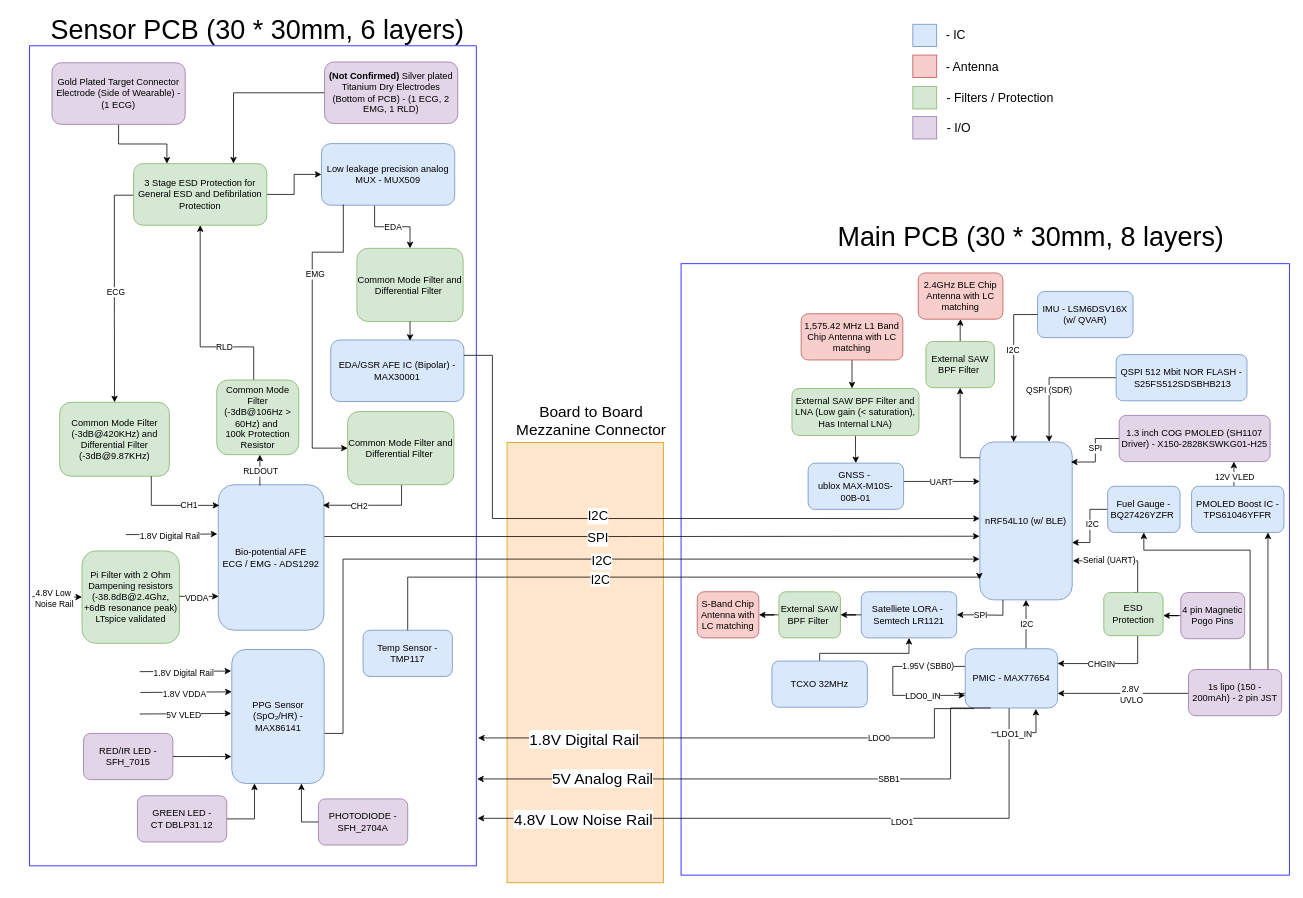
Before: Design Docs/Wearable BioNode.drawio in gugan73715/Wearable-BioNode, a draw.io diagram. Source tidied: cells renumbered, new cells numbered last; positions are measured from the earlier drawing's top-left corner, leaving out a move shared by most shapes. Both pictures are drawn from the tidied source at 77%, with x=0, y=0 at pixel (13, 18).
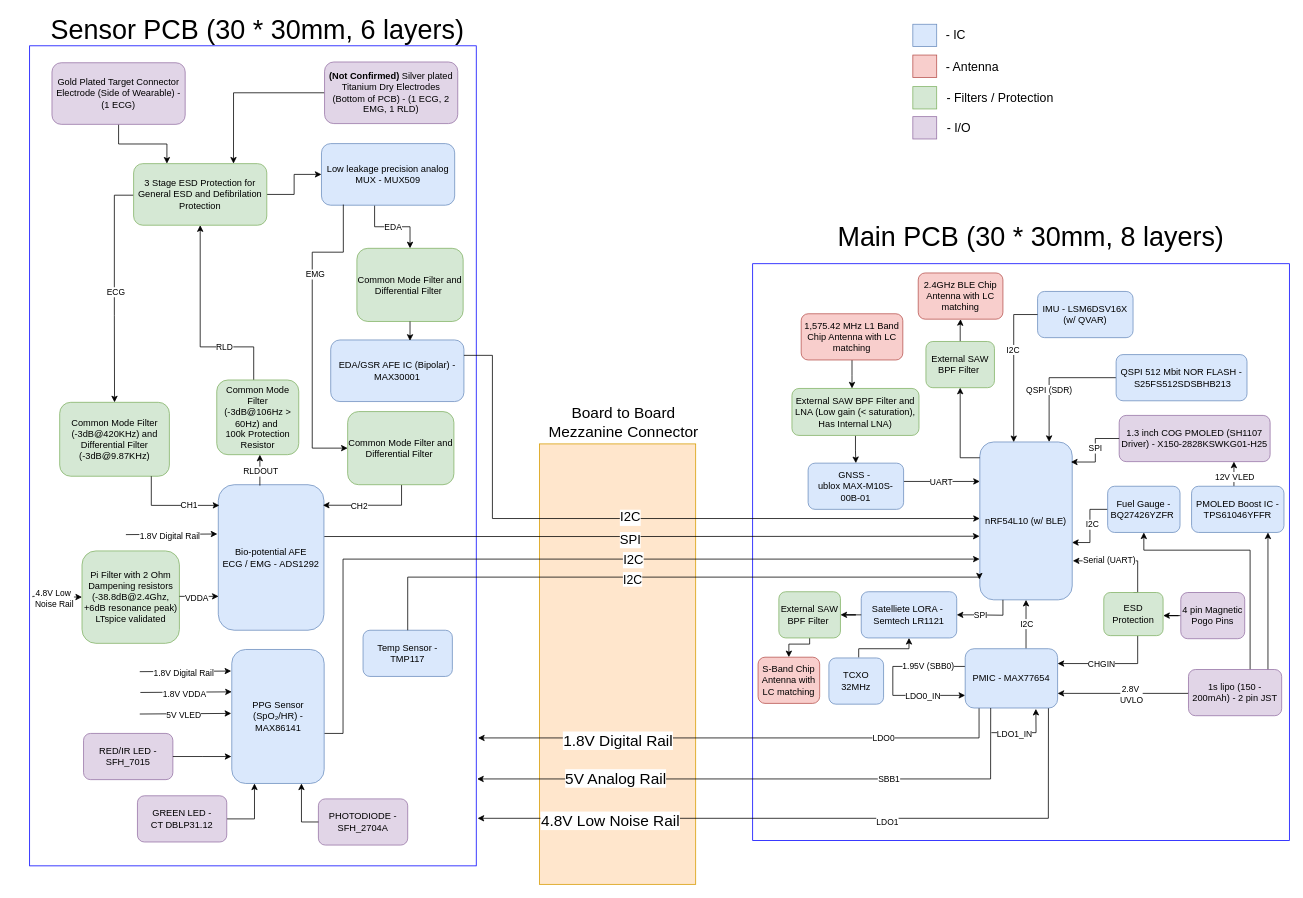
The same page after the edit.

Commit message:
updated Block Diagram

The change refers to these unchanged cells:
```xml
<mxCell id="4" style="rounded=0;whiteSpace=wrap;html=1;fillColor=none;strokeColor=light-dark(#0000FF,#FFCC99);" parent="1" vertex="1">
  <mxGeometry x="21" y="36" width="580" height="1065" as="geometry" />
</mxCell>
<mxCell id="5" style="edgeStyle=elbowEdgeStyle;rounded=0;jettySize=auto;html=1;exitX=1.002;exitY=0.356;exitDx=0;exitDy=0;entryX=-0.003;entryY=0.597;entryDx=0;entryDy=0;entryPerimeter=0;exitPerimeter=0;" parent="1" edge="1" source="7" target="11">
  <mxGeometry relative="1" as="geometry">
    <Array as="points">
      <mxPoint x="801" y="632" />
    </Array>
  </mxGeometry>
</mxCell>
<mxCell id="30" value="PMIC - MAX77654" style="rounded=1;whiteSpace=wrap;html=1;fillColor=#dae8fc;strokeColor=#6c8ebf;" parent="1" vertex="1">
  <mxGeometry x="1236" y="819" width="120" height="77" as="geometry" />
</mxCell>
<mxCell id="60" style="edgeStyle=elbowEdgeStyle;rounded=0;jettySize=auto;html=1;elbow=horizontal;exitX=1;exitY=0.5;exitDx=0;exitDy=0;entryX=-0.002;entryY=0.742;entryDx=0;entryDy=0;entryPerimeter=0;" parent="1" edge="1" target="11">
  <mxGeometry relative="1" as="geometry">
    <mxPoint x="404" y="929" as="sourcePoint" />
    <Array as="points">
      <mxPoint x="428" y="812" />
    </Array>
  </mxGeometry>
</mxCell>
<mxCell id="94" value="Satelliete LORA -&amp;nbsp;&lt;div&gt;Semtech LR1121&lt;/div&gt;" style="rounded=1;whiteSpace=wrap;html=1;fillColor=#dae8fc;strokeColor=#6c8ebf;" parent="1" vertex="1">
  <mxGeometry x="1101" y="745" width="124" height="60" as="geometry" />
</mxCell>
<mxCell id="110" value="External SAW BPF Filter&amp;nbsp;" style="rounded=1;whiteSpace=wrap;html=1;fillColor=#d5e8d4;strokeColor=#82b366;" parent="1" vertex="1">
  <mxGeometry x="994" y="745" width="80" height="60" as="geometry" />
</mxCell>
<mxCell id="118" style="edgeStyle=orthogonalEdgeStyle;rounded=0;jettySize=auto;html=1;entryX=0;entryY=0.485;entryDx=0;entryDy=0;entryPerimeter=0;" parent="1" edge="1" source="115" target="11">
  <mxGeometry relative="1" as="geometry">
    <Array as="points">
      <mxPoint x="622" y="438" />
      <mxPoint x="622" y="650" />
    </Array>
  </mxGeometry>
</mxCell>
<mxCell id="131" style="edgeStyle=orthogonalEdgeStyle;rounded=0;jettySize=auto;html=1;entryX=-0.005;entryY=0.871;entryDx=0;entryDy=0;entryPerimeter=0;" parent="1" edge="1" source="130" target="11">
  <mxGeometry relative="1" as="geometry">
    <Array as="points">
      <mxPoint x="512" y="726" />
    </Array>
  </mxGeometry>
</mxCell>
```

What changed in the source:
```diff
@@
     <mxCell id="2" style="rounded=0;whiteSpace=wrap;html=1;fillColor=#ffe6cc;fontSize=21;strokeColor=#d79b00;" parent="1" vertex="1">
-      <mxGeometry x="641" y="551" width="203" height="572" as="geometry" />
+      <mxGeometry x="683" y="553" width="203" height="572" as="geometry" />
     </mxCell>
     <mxCell id="3" style="rounded=0;whiteSpace=wrap;html=1;fillColor=none;strokeColor=light-dark(#0000FF,#FFCC99);labelBorderColor=none;labelBackgroundColor=default;" parent="1" vertex="1">
-      <mxGeometry x="867" y="319" width="790" height="794" as="geometry" />
+      <mxGeometry x="960" y="319" width="697" height="749" as="geometry" />
     </mxCell>
@@
     <mxCell id="6" value="SPI" style="edgeLabel;html=1;align=center;verticalAlign=middle;fontSize=17;" parent="5" vertex="1">
       <mxGeometry x="-0.04" y="-1" relative="1" as="geometry">
-        <mxPoint x="-54" y="2" as="offset" />
+        <mxPoint x="-12" y="4" as="offset" />
       </mxGeometry>
     </mxCell>
@@
-    <mxCell id="22" style="edgeStyle=elbowEdgeStyle;rounded=0;jettySize=auto;html=1;exitX=0.098;exitY=1.01;exitDx=0;exitDy=0;entryX=1.004;entryY=0.844;entryDx=0;entryDy=0;entryPerimeter=0;exitPerimeter=0;" parent="1" edge="1" source="30" target="4">
+    <mxCell id="22" style="edgeStyle=elbowEdgeStyle;rounded=0;jettySize=auto;html=1;exitX=0.15;exitY=0.995;exitDx=0;exitDy=0;entryX=1.004;entryY=0.844;entryDx=0;entryDy=0;entryPerimeter=0;exitPerimeter=0;" parent="1" edge="1" source="30" target="4">
       <mxGeometry relative="1" as="geometry">
         <Array as="points">
-          <mxPoint x="1196" y="935" />
+          <mxPoint x="1254" y="918" />
         </Array>
       </mxGeometry>
     </mxCell>
     <mxCell id="23" value="1.8V Digital Rail" style="edgeLabel;html=1;align=center;verticalAlign=middle;fontSize=20;" parent="22" vertex="1">
       <mxGeometry x="0.76" y="1" relative="1" as="geometry">
-        <mxPoint x="56" as="offset" />
+        <mxPoint x="98" y="2" as="offset" />
       </mxGeometry>
     </mxCell>
@@
-    <mxCell id="25" style="edgeStyle=elbowEdgeStyle;rounded=0;jettySize=auto;html=1;exitX=0.999;exitY=0.797;exitDx=0;exitDy=0;exitPerimeter=0;entryX=1.003;entryY=0.942;entryDx=0;entryDy=0;entryPerimeter=0;" parent="1" edge="1" target="4">
+    <mxCell id="25" style="edgeStyle=elbowEdgeStyle;rounded=0;jettySize=auto;html=1;exitX=0.901;exitY=0.998;exitDx=0;exitDy=0;exitPerimeter=0;entryX=1.003;entryY=0.942;entryDx=0;entryDy=0;entryPerimeter=0;" parent="1" edge="1" source="30" target="4">
       <mxGeometry relative="1" as="geometry">
-        <mxPoint x="1221.7" y="877" as="sourcePoint" />
         <Array as="points">
-          <mxPoint x="1293" y="969" />
+          <mxPoint x="1344" y="959" />
         </Array>
       </mxGeometry>
     </mxCell>
     <mxCell id="26" value="4.8V Low Noise Rail" style="edgeLabel;html=1;align=center;verticalAlign=middle;fontSize=20;" parent="25" vertex="1">
       <mxGeometry x="0.29" y="-1" relative="1" as="geometry">
-        <mxPoint x="-191" y="1" as="offset" />
+        <mxPoint x="-142" y="3" as="offset" />
       </mxGeometry>
     </mxCell>
@@
     <mxCell id="61" value="I2C" style="edgeLabel;html=1;align=center;verticalAlign=middle;fontSize=17;" parent="60" vertex="1">
       <mxGeometry x="0.11" y="3" relative="1" as="geometry">
-        <mxPoint x="-12" y="6" as="offset" />
+        <mxPoint x="29" y="4" as="offset" />
       </mxGeometry>
     </mxCell>
@@
     <mxCell id="73" style="edgeStyle=elbowEdgeStyle;rounded=0;jettySize=auto;html=1;entryX=1.002;entryY=0.894;entryDx=0;entryDy=0;entryPerimeter=0;exitX=0.276;exitY=1;exitDx=0;exitDy=0;exitPerimeter=0;" parent="1" edge="1" source="30" target="4">
       <mxGeometry relative="1" as="geometry">
         <Array as="points">
-          <mxPoint x="1217" y="966" />
+          <mxPoint x="1269" y="947" />
         </Array>
       </mxGeometry>
     </mxCell>
     <mxCell id="74" value="5V Analog Rail" style="edgeLabel;html=1;align=center;verticalAlign=middle;fontSize=20;" parent="73" vertex="1">
       <mxGeometry x="-0.1" relative="1" as="geometry">
-        <mxPoint x="-255" y="-2" as="offset" />
+        <mxPoint x="-238" y="-2" as="offset" />
       </mxGeometry>
     </mxCell>
@@
     <mxCell id="93" value="Board to Board Mezzanine Connector" style="text;html=1;whiteSpace=wrap;strokeColor=none;fillColor=none;align=center;verticalAlign=middle;rounded=0;fontSize=20;fontColor=#000000;" parent="1" vertex="1">
-      <mxGeometry x="640" y="507" width="221" height="30" as="geometry" />
+      <mxGeometry x="682" y="509" width="221" height="30" as="geometry" />
     </mxCell>
@@
-    <mxCell id="109" style="edgeStyle=orthogonalEdgeStyle;rounded=0;jettySize=auto;html=1;entryX=1;entryY=0.5;entryDx=0;entryDy=0;" parent="1" edge="1" source="110" target="111">
-      <mxGeometry relative="1" as="geometry" />
+    <mxCell id="109" style="edgeStyle=orthogonalEdgeStyle;rounded=0;jettySize=auto;html=1;entryX=0.5;entryY=0;entryDx=0;entryDy=0;" parent="1" edge="1" source="110" target="111">
+      <mxGeometry relative="1" as="geometry">
+        <Array as="points">
+          <mxPoint x="1034" y="813" />
+          <mxPoint x="1007" y="813" />
+        </Array>
+      </mxGeometry>
     </mxCell>
@@
     <mxCell id="111" value="S-Band Chip Antenna with LC matching" style="rounded=1;whiteSpace=wrap;html=1;fillColor=#f8cecc;strokeColor=#b85450;" parent="1" vertex="1">
-      <mxGeometry x="888" y="745" width="80" height="60" as="geometry" />
+      <mxGeometry x="967" y="830" width="80" height="60" as="geometry" />
     </mxCell>
@@
     <mxCell id="119" value="I2C" style="edgeLabel;html=1;align=center;verticalAlign=middle;fontSize=17;" parent="118" vertex="1">
       <mxGeometry x="0.11" relative="1" as="geometry">
-        <mxPoint x="-104" y="-3" as="offset" />
+        <mxPoint x="-62" y="-1" as="offset" />
       </mxGeometry>
     </mxCell>
@@
     <mxCell id="132" value="I2C" style="edgeLabel;html=1;align=center;verticalAlign=middle;fontSize=16;" parent="131" vertex="1">
       <mxGeometry x="-0.13" y="1" relative="1" as="geometry">
-        <mxPoint x="-36" y="3" as="offset" />
+        <mxPoint x="6" y="3" as="offset" />
       </mxGeometry>
     </mxCell>
@@
-    <mxCell id="136" style="edgeStyle=orthogonalEdgeStyle;rounded=0;jettySize=auto;html=1;entryX=0.5;entryY=1;entryDx=0;entryDy=0;" parent="1" edge="1" source="137" target="94">
+    <mxCell id="136" style="edgeStyle=orthogonalEdgeStyle;rounded=0;jettySize=auto;html=1;entryX=0.5;entryY=1;entryDx=0;entryDy=0;exitX=0.545;exitY=-0.011;exitDx=0;exitDy=0;exitPerimeter=0;" parent="1" edge="1" source="137" target="94">
       <mxGeometry relative="1" as="geometry">
         <Array as="points">
-          <mxPoint x="1047" y="825" />
-          <mxPoint x="1163" y="825" />
+          <mxPoint x="1098" y="819" />
+          <mxPoint x="1163" y="819" />
         </Array>
       </mxGeometry>
     </mxCell>
     <mxCell id="137" value="TCXO 32MHz" style="rounded=1;whiteSpace=wrap;html=1;fillColor=#dae8fc;strokeColor=#6c8ebf;" parent="1" vertex="1">
-      <mxGeometry x="985" y="835" width="124" height="60" as="geometry" />
+      <mxGeometry x="1059" y="831" width="71" height="60" as="geometry" />
     </mxCell>
```
